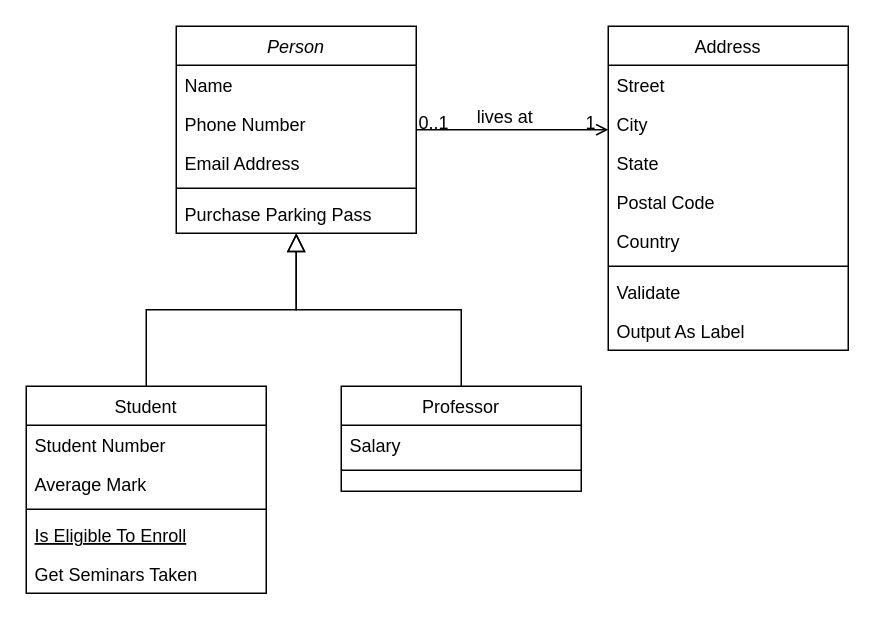
This is lab5/Untitled Diagram.drawio from tsgofficial/software-development, a draw.io file, before an edit. Source tidied: cells renumbered, new cells numbered last; positions are measured from the earlier drawing's top-left corner, leaving out a move shared by most shapes. Both pictures are drawn from the tidied source at 150%, with x=0, y=0 at pixel (26, 26).
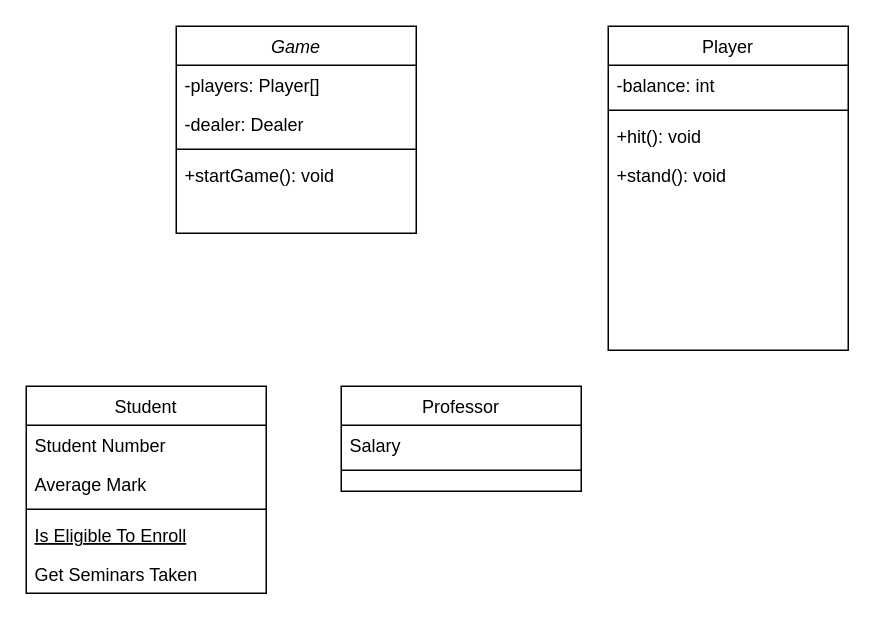
After the change.

Commit message:
class_diagram

Unchanged cells that the change refers to:
```xml
<mxCell id="8" value="Student" style="swimlane;fontStyle=0;align=center;verticalAlign=top;horizontal=1;startSize=26;rounded=0;shadow=0;strokeWidth=1;" parent="1" vertex="1">
  <mxGeometry y="240" width="160" height="138" as="geometry" />
</mxCell>
<mxCell id="15" value="Professor" style="swimlane;fontStyle=0;align=center;verticalAlign=top;horizontal=1;startSize=26;rounded=0;shadow=0;strokeWidth=1;" parent="1" vertex="1">
  <mxGeometry x="210" y="240" width="160" height="70" as="geometry" />
</mxCell>
```

Change to the diagram source:
```diff
@@
-    <mxCell id="2" value="Person" style="swimlane;fontStyle=2;align=center;verticalAlign=top;horizontal=1;startSize=26;rounded=0;shadow=0;strokeWidth=1;" parent="1" vertex="1">
+    <mxCell id="2" value="Game" style="swimlane;fontStyle=2;align=center;verticalAlign=top;horizontal=1;startSize=26;rounded=0;shadow=0;strokeWidth=1;" parent="1" vertex="1">
       <mxGeometry x="100" width="160" height="138" as="geometry" />
     </mxCell>
-    <mxCell id="3" value="Name" style="text;align=left;verticalAlign=top;spacingLeft=4;spacingRight=4;overflow=hidden;" parent="2" vertex="1">
+    <mxCell id="3" value="-players: Player[]" style="text;align=left;verticalAlign=top;spacingLeft=4;spacingRight=4;overflow=hidden;" parent="2" vertex="1">
       <mxGeometry y="26" width="160" height="26" as="geometry" />
     </mxCell>
-    <mxCell id="4" value="Phone Number" style="text;align=left;verticalAlign=top;spacingLeft=4;spacingRight=4;overflow=hidden;rounded=0;shadow=0;html=0;" parent="2" vertex="1">
+    <mxCell id="4" value="-dealer: Dealer" style="text;align=left;verticalAlign=top;spacingLeft=4;spacingRight=4;overflow=hidden;rounded=0;shadow=0;html=0;" parent="2" vertex="1">
       <mxGeometry y="52" width="160" height="26" as="geometry" />
     </mxCell>
-    <mxCell id="5" value="Email Address" style="text;align=left;verticalAlign=top;spacingLeft=4;spacingRight=4;overflow=hidden;rounded=0;shadow=0;html=0;" parent="2" vertex="1">
-      <mxGeometry y="78" width="160" height="26" as="geometry" />
-    </mxCell>
     <mxCell id="6" style="line;html=1;strokeWidth=1;align=left;verticalAlign=middle;spacingTop=-1;spacingLeft=3;spacingRight=3;labelPosition=right;" parent="2" vertex="1">
-      <mxGeometry y="104" width="160" height="8" as="geometry" />
+      <mxGeometry y="78" width="160" height="8" as="geometry" />
     </mxCell>
-    <mxCell id="7" value="Purchase Parking Pass" style="text;align=left;verticalAlign=top;spacingLeft=4;spacingRight=4;overflow=hidden;" parent="2" vertex="1">
-      <mxGeometry y="112" width="160" height="26" as="geometry" />
+    <mxCell id="7" value="+startGame(): void" style="text;align=left;verticalAlign=top;spacingLeft=4;spacingRight=4;overflow=hidden;" parent="2" vertex="1">
+      <mxGeometry y="86" width="160" height="26" as="geometry" />
     </mxCell>
@@
-    <mxCell id="14" style="endArrow=block;endSize=10;endFill=0;shadow=0;strokeWidth=1;rounded=0;curved=0;edgeStyle=elbowEdgeStyle;elbow=vertical;" parent="1" edge="1" source="8" target="2">
-      <mxGeometry relative="1" as="geometry" />
-    </mxCell>
@@
-    <mxCell id="18" style="endArrow=block;endSize=10;endFill=0;shadow=0;strokeWidth=1;rounded=0;curved=0;edgeStyle=elbowEdgeStyle;elbow=vertical;" parent="1" edge="1" source="15" target="2">
-      <mxGeometry relative="1" as="geometry" />
-    </mxCell>
-    <mxCell id="19" value="Address" style="swimlane;fontStyle=0;align=center;verticalAlign=top;horizontal=1;startSize=26;rounded=0;shadow=0;strokeWidth=1;" parent="1" vertex="1">
+    <mxCell id="19" value="Player" style="swimlane;fontStyle=0;align=center;verticalAlign=top;horizontal=1;startSize=26;rounded=0;shadow=0;strokeWidth=1;" parent="1" vertex="1">
       <mxGeometry x="388" width="160" height="216" as="geometry" />
     </mxCell>
-    <mxCell id="20" value="Street" style="text;align=left;verticalAlign=top;spacingLeft=4;spacingRight=4;overflow=hidden;" parent="19" vertex="1">
+    <mxCell id="20" value="-balance: int" style="text;align=left;verticalAlign=top;spacingLeft=4;spacingRight=4;overflow=hidden;" parent="19" vertex="1">
       <mxGeometry y="26" width="160" height="26" as="geometry" />
     </mxCell>
-    <mxCell id="21" value="City" style="text;align=left;verticalAlign=top;spacingLeft=4;spacingRight=4;overflow=hidden;rounded=0;shadow=0;html=0;" parent="19" vertex="1">
-      <mxGeometry y="52" width="160" height="26" as="geometry" />
-    </mxCell>
-    <mxCell id="22" value="State" style="text;align=left;verticalAlign=top;spacingLeft=4;spacingRight=4;overflow=hidden;rounded=0;shadow=0;html=0;" parent="19" vertex="1">
-      <mxGeometry y="78" width="160" height="26" as="geometry" />
-    </mxCell>
-    <mxCell id="23" value="Postal Code" style="text;align=left;verticalAlign=top;spacingLeft=4;spacingRight=4;overflow=hidden;rounded=0;shadow=0;html=0;" parent="19" vertex="1">
-      <mxGeometry y="104" width="160" height="26" as="geometry" />
-    </mxCell>
-    <mxCell id="24" value="Country" style="text;align=left;verticalAlign=top;spacingLeft=4;spacingRight=4;overflow=hidden;rounded=0;shadow=0;html=0;" parent="19" vertex="1">
-      <mxGeometry y="130" width="160" height="26" as="geometry" />
-    </mxCell>
     <mxCell id="25" style="line;html=1;strokeWidth=1;align=left;verticalAlign=middle;spacingTop=-1;spacingLeft=3;spacingRight=3;labelPosition=right;" parent="19" vertex="1">
-      <mxGeometry y="156" width="160" height="8" as="geometry" />
+      <mxGeometry y="52" width="160" height="8" as="geometry" />
     </mxCell>
-    <mxCell id="26" value="Validate" style="text;align=left;verticalAlign=top;spacingLeft=4;spacingRight=4;overflow=hidden;" parent="19" vertex="1">
-      <mxGeometry y="164" width="160" height="26" as="geometry" />
+    <mxCell id="26" value="+hit(): void" style="text;align=left;verticalAlign=top;spacingLeft=4;spacingRight=4;overflow=hidden;" parent="19" vertex="1">
+      <mxGeometry y="60" width="160" height="26" as="geometry" />
     </mxCell>
-    <mxCell id="27" value="Output As Label" style="text;align=left;verticalAlign=top;spacingLeft=4;spacingRight=4;overflow=hidden;" parent="19" vertex="1">
-      <mxGeometry y="190" width="160" height="26" as="geometry" />
+    <mxCell id="27" value="+stand(): void" style="text;align=left;verticalAlign=top;spacingLeft=4;spacingRight=4;overflow=hidden;" parent="19" vertex="1">
+      <mxGeometry y="86" width="160" height="26" as="geometry" />
     </mxCell>
-    <mxCell id="28" style="endArrow=open;shadow=0;strokeWidth=1;rounded=0;curved=0;endFill=1;edgeStyle=elbowEdgeStyle;elbow=vertical;" parent="1" edge="1" source="2" target="19">
-      <mxGeometry x="0.5" y="41" relative="1" as="geometry">
-        <mxPoint x="-40" y="32" as="offset" />
-      </mxGeometry>
-    </mxCell>
-    <mxCell id="29" value="0..1" style="align=left;verticalAlign=bottom;labelBackgroundColor=none;fontSize=12;" parent="28" vertex="1">
-      <mxGeometry x="-1" relative="1" as="geometry">
-        <mxPoint y="4" as="offset" />
-      </mxGeometry>
-    </mxCell>
-    <mxCell id="30" value="1" style="align=right;verticalAlign=bottom;labelBackgroundColor=none;fontSize=12;" parent="28" vertex="1">
-      <mxGeometry x="1" relative="1" as="geometry">
-        <mxPoint x="-7" y="4" as="offset" />
-      </mxGeometry>
-    </mxCell>
-    <mxCell id="31" value="lives at" style="text;html=1;align=center;verticalAlign=middle;labelBackgroundColor=none;rounded=0;shadow=0;strokeWidth=1;fontSize=12;" parent="28" vertex="1">
-      <mxGeometry x="0.5" y="49" relative="1" as="geometry">
-        <mxPoint x="-38" y="40" as="offset" />
-      </mxGeometry>
-    </mxCell>
```
